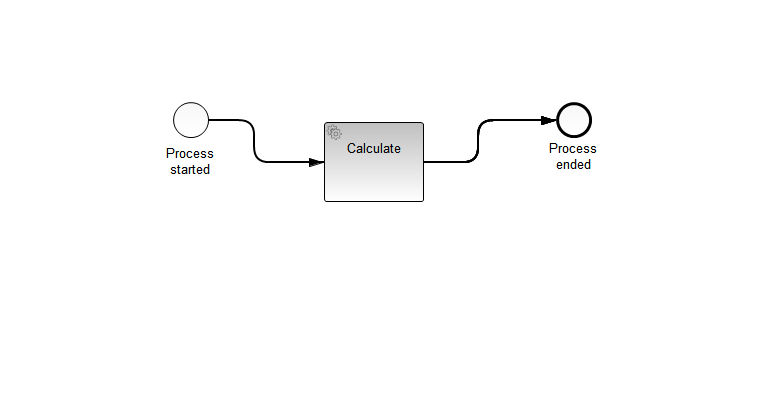
nooshinnaghavi/camundahome keeps this BPMN diagram as Camunda-BPM-Starter/src/main/resources/process.png. Above is the earlier version. Its source is kept beside it as Camunda-BPM-Starter/src/main/resources/process.bpmn. Ids are renumbered. Source of this version:
```xml
<bpmn:definitions xmlns:xsi="http://www.w3.org/2001/XMLSchema-instance" xmlns:bpmn="http://www.omg.org/spec/BPMN/20100524/MODEL" xmlns:bpmndi="http://www.omg.org/spec/BPMN/20100524/DI" xmlns:camunda="http://camunda.org/schema/1.0/bpmn" xmlns:dc="http://www.omg.org/spec/DD/20100524/DC" xmlns:di="http://www.omg.org/spec/DD/20100524/DI" xsi:schemaLocation="http://www.omg.org/spec/BPMN/20100524/MODEL BPMN20.xsd" id="Definitions_1" exporter="camunda modeler" exporterVersion="3.0.0" targetNamespace="http://bpmn.io/schema/bpmn">
  <bpmn:process id="Camunda-BPM-Starter" name="Camunda-BPM-Starter" isExecutable="true">
    <bpmn:startEvent id="StartEventProcessStarted" name="Process&#xA;started">
      <bpmn:outgoing>SequenceFlow_2</bpmn:outgoing>
    </bpmn:startEvent>
    <bpmn:endEvent id="EndEventProcessEnded" name="Process&#xA;ended">
      <bpmn:incoming>SequenceFlow_3</bpmn:incoming>
      <bpmn:incoming>SequenceFlow_4</bpmn:incoming>
      <bpmn:incoming>SequenceFlow_5</bpmn:incoming>
      <bpmn:incoming>SequenceFlow_6</bpmn:incoming>
    </bpmn:endEvent>
    <bpmn:sequenceFlow id="SequenceFlow_2" name="" sourceRef="StartEventProcessStarted" targetRef="ServiceTask_1"/>
    <bpmn:serviceTask id="ServiceTask_1" camunda:delegateExpression="${calculateService}" name="Calculate">
      <bpmn:incoming>SequenceFlow_2</bpmn:incoming>
      <bpmn:outgoing>SequenceFlow_3</bpmn:outgoing>
      <bpmn:outgoing>SequenceFlow_4</bpmn:outgoing>
      <bpmn:outgoing>SequenceFlow_5</bpmn:outgoing>
      <bpmn:outgoing>SequenceFlow_6</bpmn:outgoing>
    </bpmn:serviceTask>
    <bpmn:sequenceFlow id="SequenceFlow_3" name="" sourceRef="ServiceTask_1" targetRef="EndEventProcessEnded"/>
    <bpmn:sequenceFlow id="SequenceFlow_4" name="" sourceRef="ServiceTask_1" targetRef="EndEventProcessEnded"/>
    <bpmn:sequenceFlow id="SequenceFlow_5" name="" sourceRef="ServiceTask_1" targetRef="EndEventProcessEnded"/>
    <bpmn:sequenceFlow id="SequenceFlow_6" name="" sourceRef="ServiceTask_1" targetRef="EndEventProcessEnded"/>
  </bpmn:process>
  <bpmndi:BPMNDiagram id="BPMNDiagram_1">
    <bpmndi:BPMNPlane id="BPMNPlane_1" bpmnElement="Camunda-BPM-Starter">
      <bpmndi:BPMNShape id="_BPMNShape_StartEvent_2" bpmnElement="StartEventProcessStarted">
        <dc:Bounds height="36.0" width="36.0" x="173.0" y="102.0"/>
      </bpmndi:BPMNShape>
      <bpmndi:BPMNShape id="EndEvent_0fkea3f_di" bpmnElement="EndEventProcessEnded">
        <dc:Bounds height="36.0" width="36.0" x="556.0" y="102.0"/>
        <bpmndi:BPMNLabel>
          <dc:Bounds height="20.0" width="90.0" x="529.0" y="138.0"/>
        </bpmndi:BPMNLabel>
      </bpmndi:BPMNShape>
      <bpmndi:BPMNShape id="_BPMNShape_ServiceTask_3" bpmnElement="ServiceTask_1">
        <dc:Bounds height="80.0" width="100.0" x="324.0" y="122.0"/>
      </bpmndi:BPMNShape>
      <bpmndi:BPMNEdge id="BPMNEdge_SequenceFlow_2" bpmnElement="SequenceFlow_2" sourceElement="_BPMNShape_StartEvent_2" targetElement="_BPMNShape_ServiceTask_3">
        <di:waypoint xsi:type="dc:Point" x="209.0" y="120.0"/>
        <di:waypoint xsi:type="dc:Point" x="254.0" y="120.0"/>
        <di:waypoint xsi:type="dc:Point" x="254.0" y="162.0"/>
        <di:waypoint xsi:type="dc:Point" x="324.0" y="162.0"/>
        <bpmndi:BPMNLabel>
          <dc:Bounds height="6.0" width="6.0" x="231.0" y="120.0"/>
        </bpmndi:BPMNLabel>
      </bpmndi:BPMNEdge>
      <bpmndi:BPMNEdge id="BPMNEdge_SequenceFlow_3" bpmnElement="SequenceFlow_3" sourceElement="_BPMNShape_ServiceTask_3" targetElement="EndEvent_0fkea3f_di">
        <di:waypoint xsi:type="dc:Point" x="424.0" y="162.0"/>
        <di:waypoint xsi:type="dc:Point" x="478.0" y="162.0"/>
        <di:waypoint xsi:type="dc:Point" x="478.0" y="120.0"/>
        <di:waypoint xsi:type="dc:Point" x="556.0" y="120.0"/>
        <bpmndi:BPMNLabel>
          <dc:Bounds height="6.0" width="6.0" x="478.0" y="120.0"/>
        </bpmndi:BPMNLabel>
      </bpmndi:BPMNEdge>
      <bpmndi:BPMNEdge id="BPMNEdge_SequenceFlow_4" bpmnElement="SequenceFlow_4" sourceElement="_BPMNShape_ServiceTask_3" targetElement="EndEvent_0fkea3f_di">
        <di:waypoint xsi:type="dc:Point" x="424.0" y="162.0"/>
        <di:waypoint xsi:type="dc:Point" x="478.0" y="162.0"/>
        <di:waypoint xsi:type="dc:Point" x="478.0" y="120.0"/>
        <di:waypoint xsi:type="dc:Point" x="556.0" y="120.0"/>
        <bpmndi:BPMNLabel>
          <dc:Bounds height="6.0" width="6.0" x="478.0" y="120.0"/>
        </bpmndi:BPMNLabel>
      </bpmndi:BPMNEdge>
      <bpmndi:BPMNEdge id="BPMNEdge_SequenceFlow_5" bpmnElement="SequenceFlow_5" sourceElement="_BPMNShape_ServiceTask_3" targetElement="EndEvent_0fkea3f_di">
        <di:waypoint xsi:type="dc:Point" x="424.0" y="162.0"/>
        <di:waypoint xsi:type="dc:Point" x="478.0" y="162.0"/>
        <di:waypoint xsi:type="dc:Point" x="478.0" y="120.0"/>
        <di:waypoint xsi:type="dc:Point" x="556.0" y="120.0"/>
        <bpmndi:BPMNLabel>
          <dc:Bounds height="6.0" width="6.0" x="478.0" y="120.0"/>
        </bpmndi:BPMNLabel>
      </bpmndi:BPMNEdge>
      <bpmndi:BPMNEdge id="BPMNEdge_SequenceFlow_6" bpmnElement="SequenceFlow_6" sourceElement="_BPMNShape_ServiceTask_3" targetElement="EndEvent_0fkea3f_di">
        <di:waypoint xsi:type="dc:Point" x="424.0" y="162.0"/>
        <di:waypoint xsi:type="dc:Point" x="478.0" y="162.0"/>
        <di:waypoint xsi:type="dc:Point" x="478.0" y="120.0"/>
        <di:waypoint xsi:type="dc:Point" x="556.0" y="120.0"/>
        <bpmndi:BPMNLabel>
          <dc:Bounds height="6.0" width="6.0" x="478.0" y="120.0"/>
        </bpmndi:BPMNLabel>
      </bpmndi:BPMNEdge>
    </bpmndi:BPMNPlane>
  </bpmndi:BPMNDiagram>
</bpmn:definitions>
```
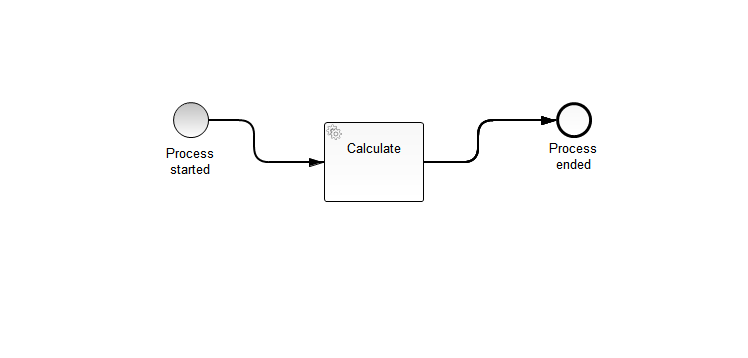
Later version of the same file.

What changed in the source:
```diff
@@ -1,6 +1,6 @@
 <bpmn:definitions xmlns:xsi="http://www.w3.org/2001/XMLSchema-instance" xmlns:bpmn="http://www.omg.org/spec/BPMN/20100524/MODEL" xmlns:bpmndi="http://www.omg.org/spec/BPMN/20100524/DI" xmlns:camunda="http://camunda.org/schema/1.0/bpmn" xmlns:dc="http://www.omg.org/spec/DD/20100524/DC" xmlns:di="http://www.omg.org/spec/DD/20100524/DI" xsi:schemaLocation="http://www.omg.org/spec/BPMN/20100524/MODEL BPMN20.xsd" id="Definitions_1" exporter="camunda modeler" exporterVersion="3.0.0" targetNamespace="http://bpmn.io/schema/bpmn">
   <bpmn:process id="Camunda-BPM-Starter" name="Camunda-BPM-Starter" isExecutable="true">
-    <bpmn:startEvent id="StartEventProcessStarted" name="Process&#xA;started">
+    <bpmn:startEvent id="StartEventProcessStarted" camunda:formKey="Test " name="Process&#xA;started">
       <bpmn:outgoing>SequenceFlow_2</bpmn:outgoing>
     </bpmn:startEvent>
     <bpmn:endEvent id="EndEventProcessEnded" name="Process&#xA;ended">
```
